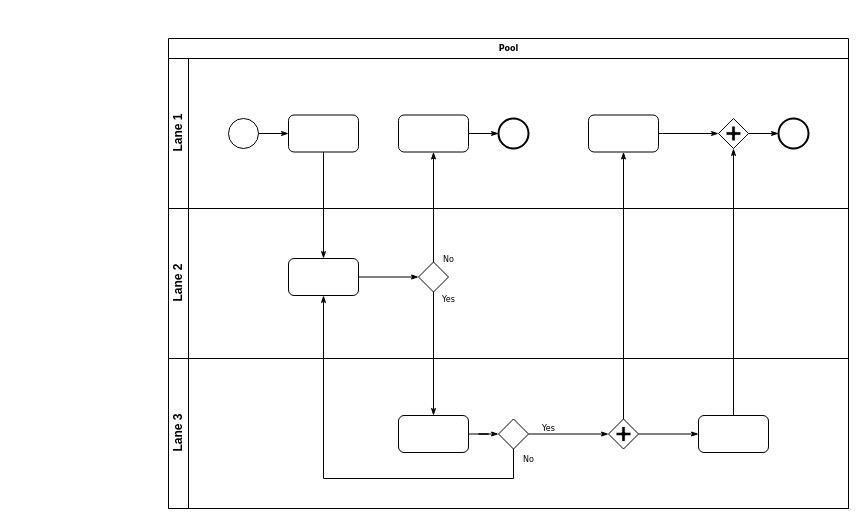
Before: GR_Flowchart.drawio in chengkahohk/ZPHK_GR_workflow, a draw.io diagram. Source tidied: cells renumbered, new cells numbered last; positions are measured from the earlier drawing's top-left corner, leaving out a move shared by most shapes. Both pictures are drawn from the tidied source at 100%, with x=0, y=0 at pixel (168, 38).
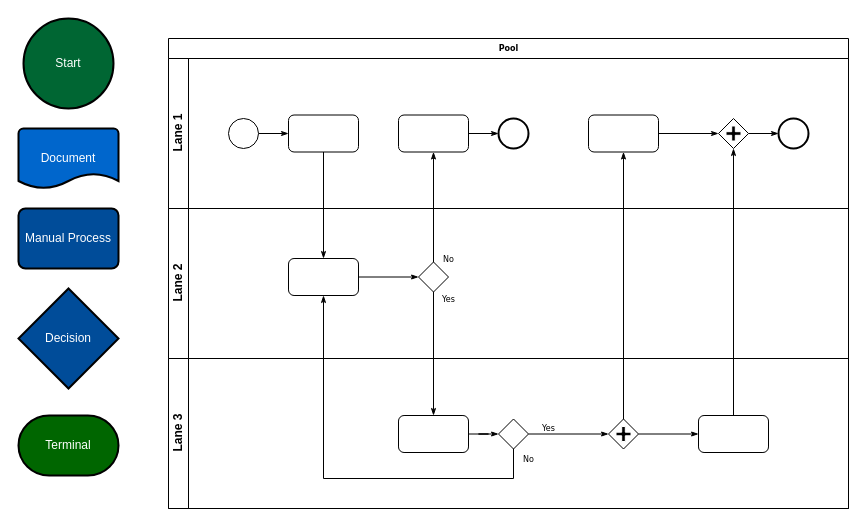
After the change.

Change to the diagram source:
```diff
@@
+    <mxCell id="33" value="Manual Process" style="rounded=1;whiteSpace=wrap;html=1;absoluteArcSize=1;arcSize=14;strokeWidth=2;fillColor=#004C99;fontColor=#FFFFFF;" parent="1" vertex="1">
+      <mxGeometry x="-150" y="170" width="100" height="60" as="geometry" />
+    </mxCell>
+    <mxCell id="34" value="Document" style="strokeWidth=2;html=1;shape=mxgraph.flowchart.document2;whiteSpace=wrap;size=0.25;rounded=1;fontFamily=Helvetica;fontSize=12;fontColor=#FFFFFF;fillColor=#0066CC;" parent="1" vertex="1">
+      <mxGeometry x="-150" y="90" width="100" height="60" as="geometry" />
+    </mxCell>
+    <mxCell id="35" value="Decision" style="strokeWidth=2;html=1;shape=mxgraph.flowchart.decision;whiteSpace=wrap;rounded=1;fontFamily=Helvetica;fontSize=12;fontColor=#FFFFFF;fillColor=#004C99;" parent="1" vertex="1">
+      <mxGeometry x="-150" y="250" width="100" height="100" as="geometry" />
+    </mxCell>
+    <mxCell id="36" value="Terminal" style="strokeWidth=2;html=1;shape=mxgraph.flowchart.terminator;whiteSpace=wrap;rounded=1;fontFamily=Helvetica;fontSize=12;fontColor=#FFFFFF;fillColor=#006600;" parent="1" vertex="1">
+      <mxGeometry x="-150" y="377" width="100" height="60" as="geometry" />
+    </mxCell>
+    <mxCell id="37" value="Start" style="strokeWidth=2;html=1;shape=mxgraph.flowchart.start_2;whiteSpace=wrap;rounded=1;fontFamily=Helvetica;fontSize=12;fontColor=#FFFFFF;fillColor=#006633;" parent="1" vertex="1">
+      <mxGeometry x="-145" y="-20" width="90" height="90" as="geometry" />
+    </mxCell>
```
